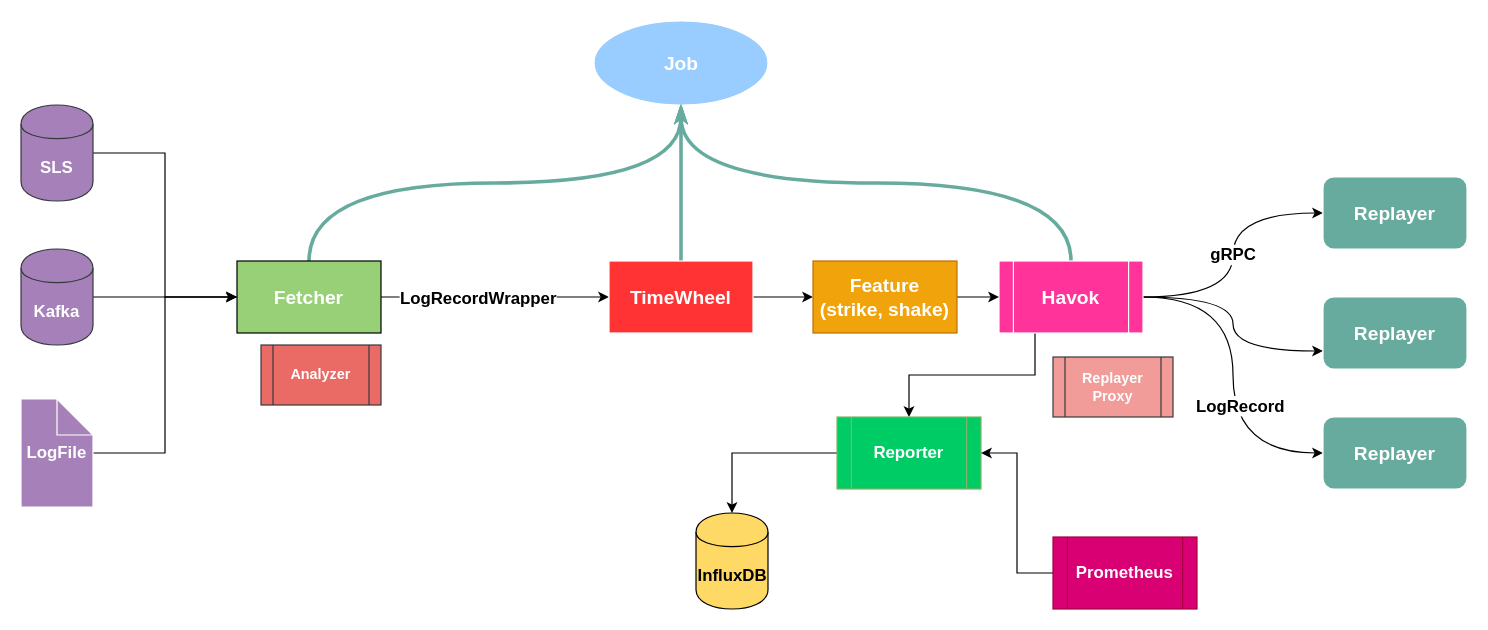
unmurphy/redmine keeps this draw.io diagram as havok.drawio. Above is the earlier version. Source tidied: cells renumbered, new cells numbered last; positions are measured from the earlier drawing's top-left corner, leaving out a move shared by most shapes. Both pictures are drawn from the tidied source at 120%, with x=0, y=0 at pixel (20, 20).
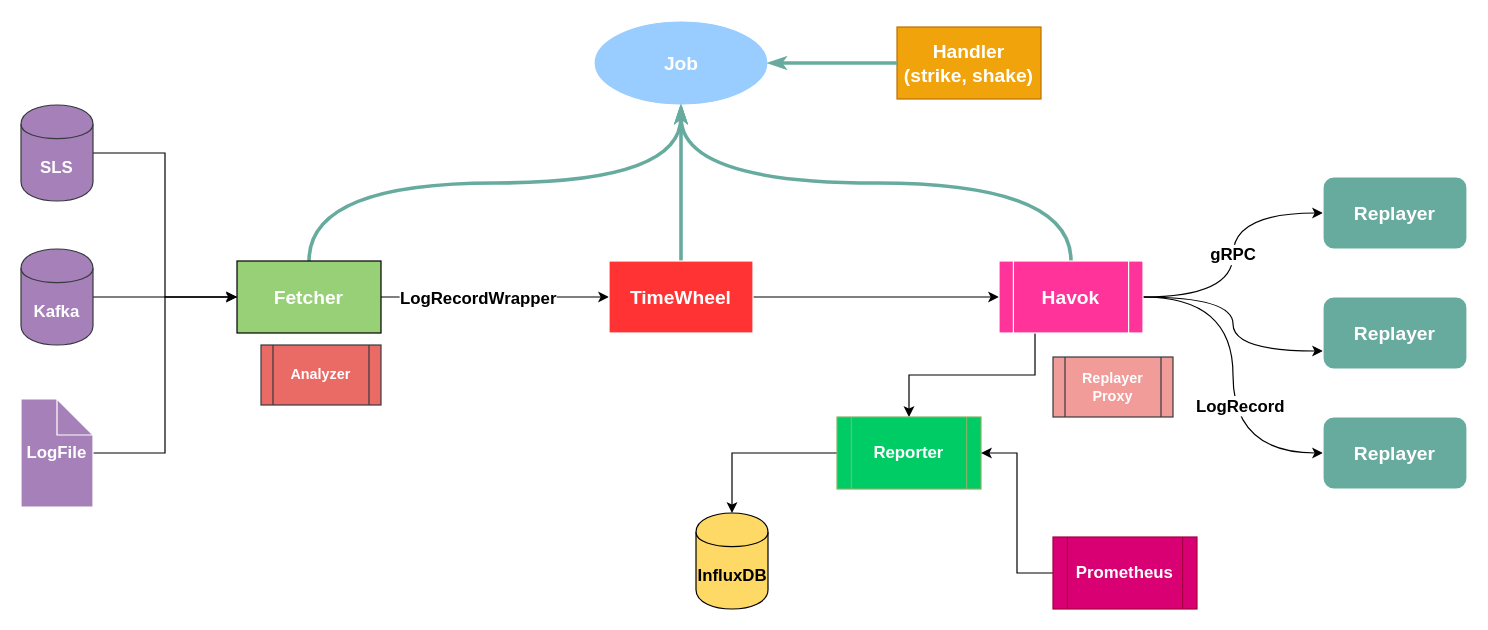
Above is the later version.

The change refers to these unchanged cells:
```xml
<mxCell id="6" value="&lt;font style=&quot;font-size: 16px&quot; color=&quot;#ffffff&quot;&gt;&lt;b&gt;TimeWheel&lt;/b&gt;&lt;/font&gt;" style="rounded=0;whiteSpace=wrap;html=1;strokeColor=#FFFFFF;fillColor=#FF3333;" parent="1" vertex="1">
  <mxGeometry x="490" y="200" width="120" height="60" as="geometry" />
</mxCell>
<mxCell id="17" value="&lt;font style=&quot;font-size: 16px&quot; color=&quot;#ffffff&quot;&gt;&lt;b&gt;Havok&lt;/b&gt;&lt;/font&gt;" style="shape=process;whiteSpace=wrap;html=1;backgroundOutline=1;strokeColor=#FFFFFF;fillColor=#FF3399;" parent="1" vertex="1">
  <mxGeometry x="815" y="200" width="120" height="60" as="geometry" />
</mxCell>
<mxCell id="22" value="&lt;font style=&quot;font-size: 16px&quot; color=&quot;#ffffff&quot;&gt;&lt;b&gt;Job&lt;/b&gt;&lt;/font&gt;" style="ellipse;whiteSpace=wrap;html=1;strokeColor=#FFFFFF;fillColor=#99CCFF;gradientColor=none;" parent="1" vertex="1">
  <mxGeometry x="477.5" width="145" height="70" as="geometry" />
</mxCell>
```

The edit, as a diff of the source:
```diff
@@
-    <mxCell id="5" style="edgeStyle=orthogonalEdgeStyle;rounded=0;jettySize=auto;html=1;entryX=0;entryY=0.5;entryDx=0;entryDy=0;" parent="1" edge="1" source="6" target="35">
-      <mxGeometry relative="1" as="geometry" />
-    </mxCell>
+    <mxCell id="36" style="edgeStyle=orthogonalEdgeStyle;rounded=0;jettySize=auto;html=1;entryX=0;entryY=0.5;entryDx=0;entryDy=0;" parent="1" edge="1" source="6" target="17">
+      <mxGeometry relative="1" as="geometry" />
+    </mxCell>
@@
-    <mxCell id="34" style="edgeStyle=orthogonalEdgeStyle;rounded=0;jettySize=auto;html=1;entryX=0;entryY=0.5;entryDx=0;entryDy=0;" parent="1" edge="1" source="35" target="17">
-      <mxGeometry relative="1" as="geometry" />
-    </mxCell>
-    <mxCell id="35" value="&lt;font style=&quot;font-size: 16px&quot; color=&quot;#ffffff&quot;&gt;&lt;b&gt;Feature&lt;br&gt;(strike, shake)&lt;br&gt;&lt;/b&gt;&lt;/font&gt;" style="rounded=0;whiteSpace=wrap;html=1;strokeColor=#BD7000;fillColor=#f0a30a;fontColor=#ffffff;" parent="1" vertex="1">
-      <mxGeometry x="660" y="200" width="120" height="60" as="geometry" />
+    <mxCell id="35" value="&lt;font style=&quot;font-size: 16px&quot; color=&quot;#ffffff&quot;&gt;&lt;b&gt;Handler&lt;br&gt;(strike, shake)&lt;br&gt;&lt;/b&gt;&lt;/font&gt;" style="rounded=0;whiteSpace=wrap;html=1;strokeColor=#BD7000;fillColor=#f0a30a;fontColor=#ffffff;" parent="1" vertex="1">
+      <mxGeometry x="730" y="5" width="120" height="60" as="geometry" />
     </mxCell>
+    <mxCell id="37" style="edgeStyle=orthogonalEdgeStyle;curved=1;html=1;endArrow=classicThin;endFill=1;jettySize=auto;strokeColor=#67AB9F;strokeWidth=3;entryX=1;entryY=0.5;entryDx=0;entryDy=0;exitX=0;exitY=0.5;exitDx=0;exitDy=0;" parent="1" edge="1" source="35" target="22">
+      <mxGeometry relative="1" as="geometry" />
+    </mxCell>
```
